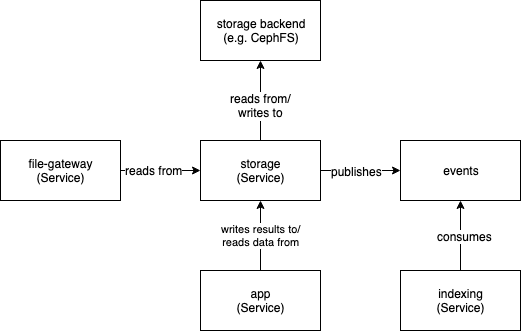
The draw.io diagram storage-service/wiki/storage_arch.png in SDU-eScience/UCloud, before a commit. Source tidied: cells renumbered, new cells last; positions are measured from the earlier drawing's top-left corner, leaving out a move shared by most shapes. Its diagram source:
```xml
<mxGraphModel>
  <root>
    <mxCell id="0" />
    <mxCell id="1" parent="0" />
    <mxCell id="2" style="edgeStyle=orthogonalEdgeStyle;rounded=0;jettySize=auto;html=1;" parent="1" edge="1" source="6" target="8">
      <mxGeometry relative="1" as="geometry" />
    </mxCell>
    <mxCell id="3" value="&lt;div&gt;reads from/&lt;/div&gt;&lt;div&gt;writes to&lt;br&gt;&lt;/div&gt;" style="text;html=1;align=center;verticalAlign=middle;labelBackgroundColor=#ffffff;" parent="2" vertex="1">
      <mxGeometry x="-0.3" relative="1" as="geometry">
        <mxPoint y="-7" as="offset" />
      </mxGeometry>
    </mxCell>
    <mxCell id="4" style="edgeStyle=orthogonalEdgeStyle;rounded=0;jettySize=auto;html=1;" parent="1" edge="1" source="6" target="7">
      <mxGeometry relative="1" as="geometry" />
    </mxCell>
    <mxCell id="5" value="publishes" style="text;html=1;align=center;verticalAlign=middle;labelBackgroundColor=#ffffff;" parent="4" vertex="1">
      <mxGeometry x="-0.3" relative="1" as="geometry">
        <mxPoint x="8" as="offset" />
      </mxGeometry>
    </mxCell>
    <mxCell id="6" value="&lt;div&gt;storage&lt;/div&gt;&lt;div&gt;(Service)&lt;br&gt;&lt;/div&gt;" style="rounded=0;whiteSpace=wrap;html=1;" parent="1" vertex="1">
      <mxGeometry x="200" y="140" width="120" height="60" as="geometry" />
    </mxCell>
    <mxCell id="7" value="events" style="rounded=0;whiteSpace=wrap;html=1;" parent="1" vertex="1">
      <mxGeometry x="400" y="140" width="120" height="60" as="geometry" />
    </mxCell>
    <mxCell id="8" value="&lt;div&gt;storage backend &lt;br&gt;&lt;/div&gt;&lt;div&gt;(e.g. CephFS)&lt;/div&gt;" style="rounded=0;whiteSpace=wrap;html=1;" parent="1" vertex="1">
      <mxGeometry x="200" width="120" height="60" as="geometry" />
    </mxCell>
    <mxCell id="9" style="edgeStyle=orthogonalEdgeStyle;rounded=0;jettySize=auto;html=1;" parent="1" edge="1" source="11" target="7">
      <mxGeometry relative="1" as="geometry" />
    </mxCell>
    <mxCell id="10" value="consumes" style="text;html=1;align=center;verticalAlign=middle;labelBackgroundColor=#ffffff;" parent="9" vertex="1">
      <mxGeometry y="-4" relative="1" as="geometry" />
    </mxCell>
    <mxCell id="11" value="&lt;div&gt;indexing&lt;/div&gt;&lt;div&gt;(Service)&lt;br&gt;&lt;/div&gt;" style="rounded=0;whiteSpace=wrap;html=1;" parent="1" vertex="1">
      <mxGeometry x="400" y="270" width="120" height="60" as="geometry" />
    </mxCell>
    <mxCell id="12" style="edgeStyle=orthogonalEdgeStyle;rounded=0;jettySize=auto;html=1;" parent="1" edge="1" source="14" target="6">
      <mxGeometry relative="1" as="geometry" />
    </mxCell>
    <mxCell id="13" value="reads from" style="text;html=1;align=center;verticalAlign=middle;labelBackgroundColor=#ffffff;" parent="12" vertex="1">
      <mxGeometry x="-0.17" y="1" relative="1" as="geometry" />
    </mxCell>
    <mxCell id="14" value="&lt;div&gt;file-gateway&lt;/div&gt;&lt;div&gt;(Service)&lt;br&gt;&lt;/div&gt;" style="rounded=0;whiteSpace=wrap;html=1;" parent="1" vertex="1">
      <mxGeometry y="140" width="120" height="60" as="geometry" />
    </mxCell>
    <mxCell id="15" value="&lt;div&gt;writes results to/&lt;/div&gt;&lt;div&gt;reads data from&lt;br&gt;&lt;/div&gt;" style="edgeStyle=orthogonalEdgeStyle;rounded=0;jettySize=auto;html=1;" parent="1" edge="1" source="16" target="6">
      <mxGeometry relative="1" as="geometry" />
    </mxCell>
    <mxCell id="16" value="&lt;div&gt;app&lt;/div&gt;&lt;div&gt;(Service)&lt;br&gt;&lt;/div&gt;" style="rounded=0;whiteSpace=wrap;html=1;" parent="1" vertex="1">
      <mxGeometry x="200" y="270" width="120" height="60" as="geometry" />
    </mxCell>
  </root>
</mxGraphModel>
```
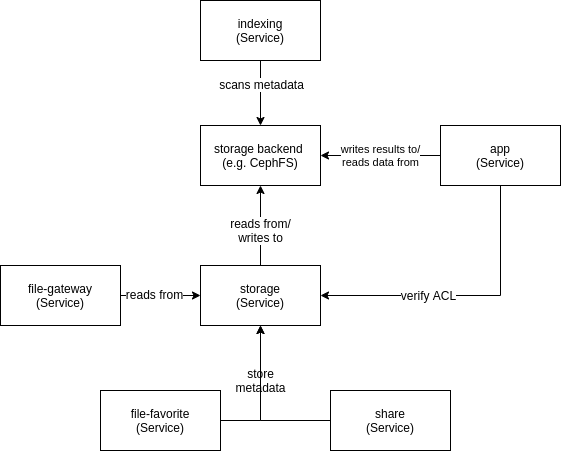
After the change.

Commit message:
Updates documentation for storage-service #1338

Change to the diagram source:
```diff
@@ -10,32 +10,12 @@
         <mxPoint y="-7" as="offset" />
       </mxGeometry>
     </mxCell>
-    <mxCell id="4" style="edgeStyle=orthogonalEdgeStyle;rounded=0;jettySize=auto;html=1;" parent="1" edge="1" source="6" target="7">
-      <mxGeometry relative="1" as="geometry" />
-    </mxCell>
-    <mxCell id="5" value="publishes" style="text;html=1;align=center;verticalAlign=middle;labelBackgroundColor=#ffffff;" parent="4" vertex="1">
-      <mxGeometry x="-0.3" relative="1" as="geometry">
-        <mxPoint x="8" as="offset" />
-      </mxGeometry>
-    </mxCell>
     <mxCell id="6" value="&lt;div&gt;storage&lt;/div&gt;&lt;div&gt;(Service)&lt;br&gt;&lt;/div&gt;" style="rounded=0;whiteSpace=wrap;html=1;" parent="1" vertex="1">
       <mxGeometry x="200" y="140" width="120" height="60" as="geometry" />
     </mxCell>
-    <mxCell id="7" value="events" style="rounded=0;whiteSpace=wrap;html=1;" parent="1" vertex="1">
-      <mxGeometry x="400" y="140" width="120" height="60" as="geometry" />
-    </mxCell>
     <mxCell id="8" value="&lt;div&gt;storage backend &lt;br&gt;&lt;/div&gt;&lt;div&gt;(e.g. CephFS)&lt;/div&gt;" style="rounded=0;whiteSpace=wrap;html=1;" parent="1" vertex="1">
       <mxGeometry x="200" width="120" height="60" as="geometry" />
     </mxCell>
-    <mxCell id="9" style="edgeStyle=orthogonalEdgeStyle;rounded=0;jettySize=auto;html=1;" parent="1" edge="1" source="11" target="7">
-      <mxGeometry relative="1" as="geometry" />
-    </mxCell>
-    <mxCell id="10" value="consumes" style="text;html=1;align=center;verticalAlign=middle;labelBackgroundColor=#ffffff;" parent="9" vertex="1">
-      <mxGeometry y="-4" relative="1" as="geometry" />
-    </mxCell>
-    <mxCell id="11" value="&lt;div&gt;indexing&lt;/div&gt;&lt;div&gt;(Service)&lt;br&gt;&lt;/div&gt;" style="rounded=0;whiteSpace=wrap;html=1;" parent="1" vertex="1">
-      <mxGeometry x="400" y="270" width="120" height="60" as="geometry" />
-    </mxCell>
     <mxCell id="12" style="edgeStyle=orthogonalEdgeStyle;rounded=0;jettySize=auto;html=1;" parent="1" edge="1" source="14" target="6">
       <mxGeometry relative="1" as="geometry" />
     </mxCell>
@@ -45,11 +25,45 @@
     <mxCell id="14" value="&lt;div&gt;file-gateway&lt;/div&gt;&lt;div&gt;(Service)&lt;br&gt;&lt;/div&gt;" style="rounded=0;whiteSpace=wrap;html=1;" parent="1" vertex="1">
       <mxGeometry y="140" width="120" height="60" as="geometry" />
     </mxCell>
-    <mxCell id="15" value="&lt;div&gt;writes results to/&lt;/div&gt;&lt;div&gt;reads data from&lt;br&gt;&lt;/div&gt;" style="edgeStyle=orthogonalEdgeStyle;rounded=0;jettySize=auto;html=1;" parent="1" edge="1" source="16" target="6">
+    <mxCell id="15" value="&lt;div&gt;writes results to/&lt;/div&gt;&lt;div&gt;reads data from&lt;br&gt;&lt;/div&gt;" style="edgeStyle=orthogonalEdgeStyle;rounded=0;jettySize=auto;html=1;entryX=1;entryY=0.5;entryDx=0;entryDy=0;" parent="1" edge="1" source="16" target="8">
       <mxGeometry relative="1" as="geometry" />
     </mxCell>
+    <mxCell id="17" style="edgeStyle=orthogonalEdgeStyle;rounded=0;jettySize=auto;html=1;entryX=1;entryY=0.5;entryDx=0;entryDy=0;exitX=0.5;exitY=1;exitDx=0;exitDy=0;" parent="1" edge="1" source="16" target="6">
+      <mxGeometry relative="1" as="geometry" />
+    </mxCell>
+    <mxCell id="18" value="verify ACL" style="text;html=1;align=center;verticalAlign=middle;labelBackgroundColor=#ffffff;" parent="17" vertex="1">
+      <mxGeometry x="0.26" y="-1" relative="1" as="geometry">
+        <mxPoint y="1" as="offset" />
+      </mxGeometry>
+    </mxCell>
     <mxCell id="16" value="&lt;div&gt;app&lt;/div&gt;&lt;div&gt;(Service)&lt;br&gt;&lt;/div&gt;" style="rounded=0;whiteSpace=wrap;html=1;" parent="1" vertex="1">
-      <mxGeometry x="200" y="270" width="120" height="60" as="geometry" />
+      <mxGeometry x="440" width="120" height="60" as="geometry" />
     </mxCell>
+    <mxCell id="19" style="edgeStyle=orthogonalEdgeStyle;rounded=0;jettySize=auto;html=1;" parent="1" edge="1" source="11" target="8">
+      <mxGeometry relative="1" as="geometry" />
+    </mxCell>
+    <mxCell id="20" value="scans metadata" style="text;html=1;align=center;verticalAlign=middle;labelBackgroundColor=#ffffff;" parent="19" vertex="1">
+      <mxGeometry x="-0.29" y="1" relative="1" as="geometry" />
+    </mxCell>
+    <mxCell id="11" value="&lt;div&gt;indexing&lt;/div&gt;&lt;div&gt;(Service)&lt;/div&gt;" style="rounded=0;whiteSpace=wrap;html=1;" parent="1" vertex="1">
+      <mxGeometry x="200" y="-125" width="120" height="60" as="geometry" />
+    </mxCell>
+    <mxCell id="21" style="edgeStyle=orthogonalEdgeStyle;rounded=0;jettySize=auto;html=1;exitX=1;exitY=0.5;exitDx=0;exitDy=0;" parent="1" edge="1" source="23" target="6">
+      <mxGeometry relative="1" as="geometry" />
+    </mxCell>
+    <mxCell id="22" value="store&lt;br&gt;metadata" style="text;html=1;align=center;verticalAlign=middle;labelBackgroundColor=#ffffff;" parent="21" vertex="1">
+      <mxGeometry x="0.2" relative="1" as="geometry">
+        <mxPoint y="0.8" as="offset" />
+      </mxGeometry>
+    </mxCell>
+    <mxCell id="23" value="&lt;div&gt;file-favorite&lt;/div&gt;&lt;div&gt;(Service)&lt;br&gt;&lt;/div&gt;" style="rounded=0;whiteSpace=wrap;html=1;" parent="1" vertex="1">
+      <mxGeometry x="100" y="265" width="120" height="60" as="geometry" />
+    </mxCell>
+    <mxCell id="24" style="edgeStyle=orthogonalEdgeStyle;rounded=0;jettySize=auto;html=1;" parent="1" edge="1" source="25" target="6">
+      <mxGeometry relative="1" as="geometry" />
+    </mxCell>
+    <mxCell id="25" value="&lt;div&gt;share&lt;/div&gt;&lt;div&gt;(Service)&lt;br&gt;&lt;/div&gt;" style="rounded=0;whiteSpace=wrap;html=1;" parent="1" vertex="1">
+      <mxGeometry x="330" y="265" width="120" height="60" as="geometry" />
+    </mxCell>
   </root>
 </mxGraphModel>
```
